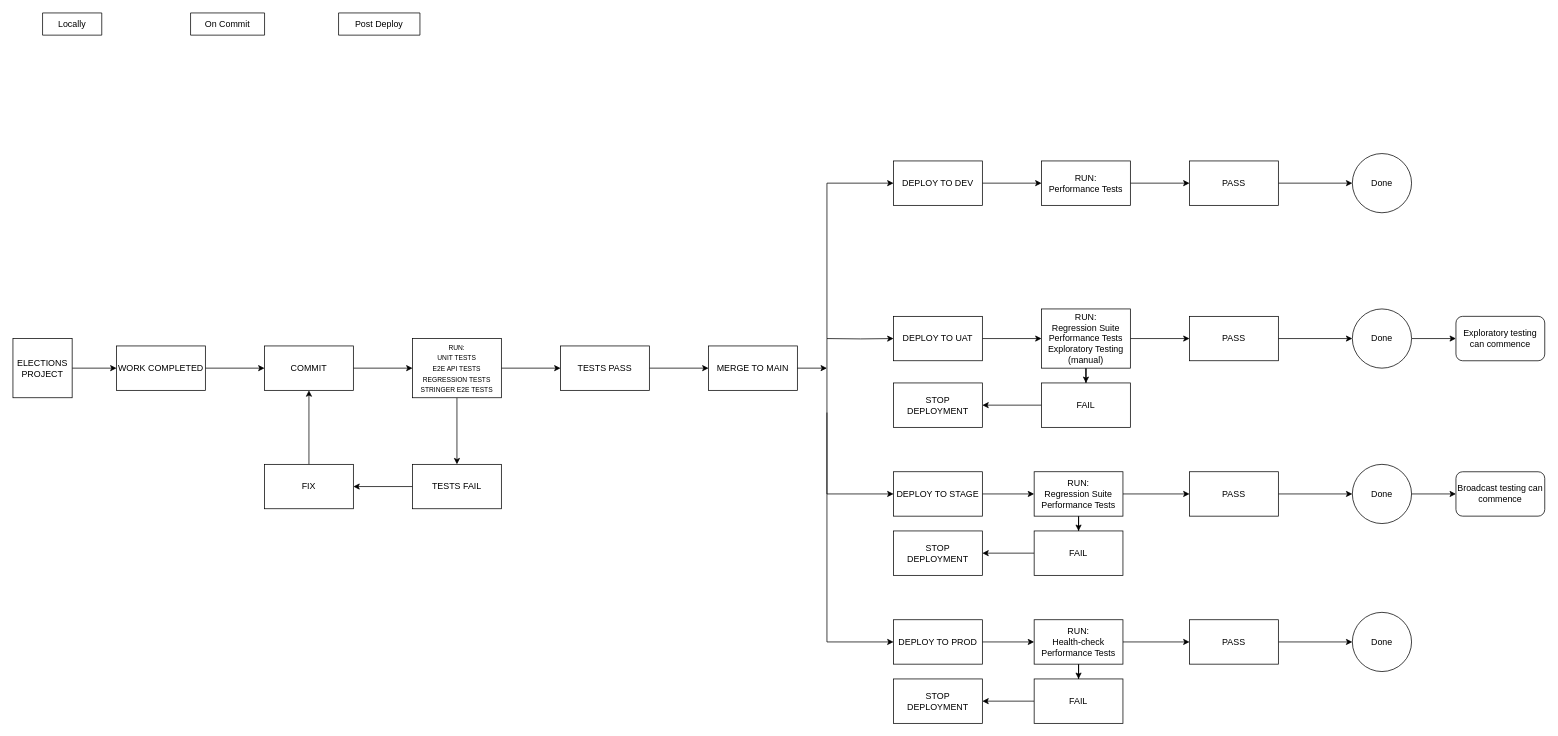
EmmaHawkins/test_flows keeps this draw.io diagram as When do the tests run.drawio. Above is the earlier version. Source tidied: cells renumbered, new cells numbered last; positions are measured from the earlier drawing's top-left corner, leaving out a move shared by most shapes. Both pictures are drawn from the tidied source at 74%, with x=0, y=0 at pixel (13, 13).
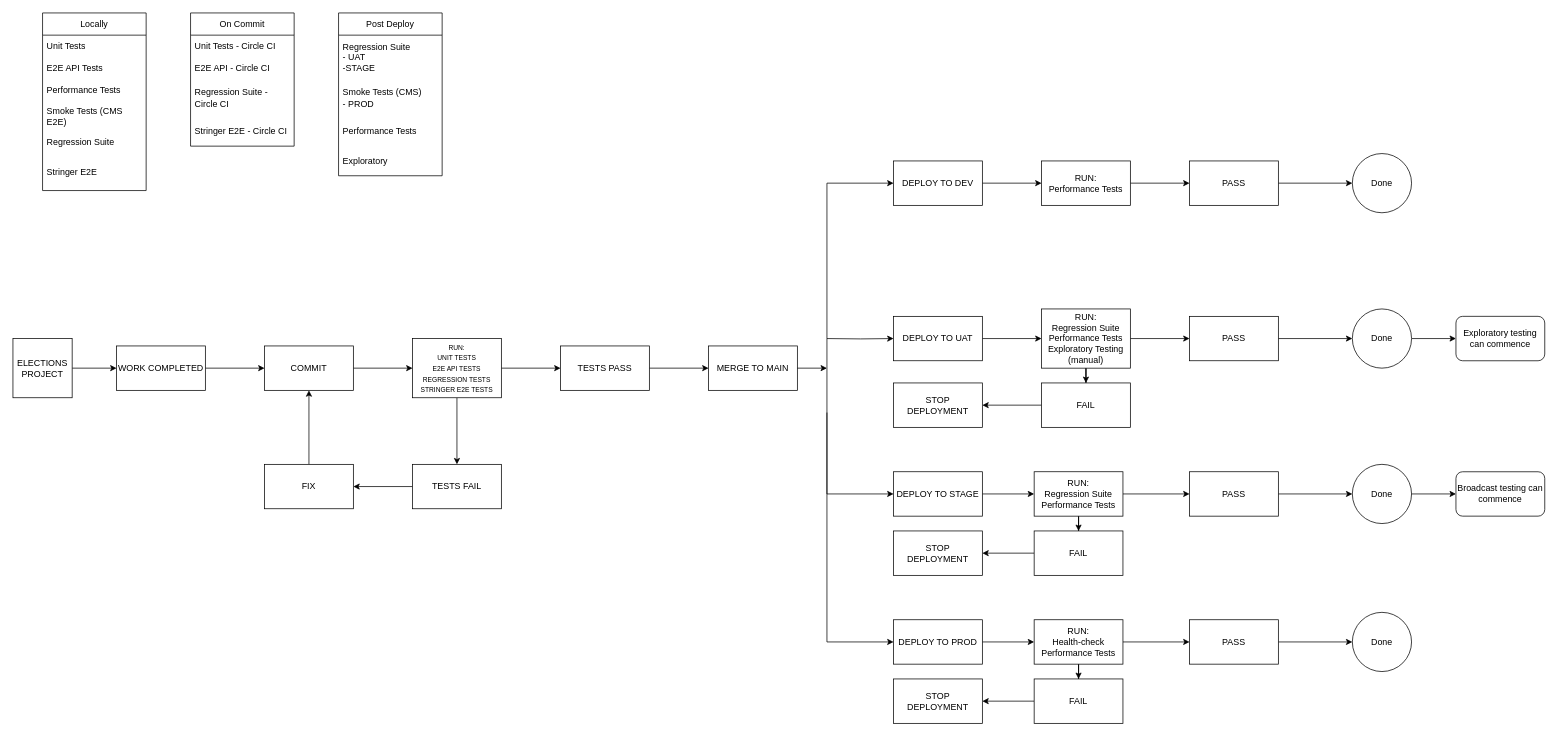
The same diagram, later.

Change to the diagram source:
```diff
@@
-    <mxCell id="2" value="Locally" style="swimlane;fontStyle=0;horizontal=1;startSize=30;whiteSpace=wrap;html=1;" parent="1" vertex="1" collapsed="1">
-      <mxGeometry x="40" width="80" height="30" as="geometry" />
+    <mxCell id="2" value="Locally" style="swimlane;fontStyle=0;horizontal=1;startSize=30;whiteSpace=wrap;html=1;" parent="1" vertex="1">
+      <mxGeometry x="40" width="140" height="240" as="geometry" />
     </mxCell>
+    <mxCell id="70" value="Unit Tests" style="text;strokeColor=none;fillColor=none;align=left;verticalAlign=middle;spacingLeft=4;spacingRight=4;overflow=hidden;whiteSpace=wrap;html=1;" parent="2" vertex="1">
+      <mxGeometry y="30" width="140" height="30" as="geometry" />
+    </mxCell>
+    <mxCell id="71" value="E2E API Tests" style="text;strokeColor=none;fillColor=none;align=left;verticalAlign=middle;spacingLeft=4;spacingRight=4;overflow=hidden;whiteSpace=wrap;html=1;" parent="2" vertex="1">
+      <mxGeometry y="60" width="140" height="30" as="geometry" />
+    </mxCell>
+    <mxCell id="72" value="Performance Tests" style="text;strokeColor=none;fillColor=none;align=left;verticalAlign=middle;spacingLeft=4;spacingRight=4;overflow=hidden;whiteSpace=wrap;html=1;" parent="2" vertex="1">
+      <mxGeometry y="90" width="140" height="30" as="geometry" />
+    </mxCell>
+    <mxCell id="73" value="Smoke Tests (CMS E2E)" style="text;strokeColor=none;fillColor=none;align=left;verticalAlign=middle;spacingLeft=4;spacingRight=4;overflow=hidden;whiteSpace=wrap;html=1;" parent="2" vertex="1">
+      <mxGeometry y="120" width="140" height="40" as="geometry" />
+    </mxCell>
+    <mxCell id="74" value="Regression Suite" style="text;strokeColor=none;fillColor=none;align=left;verticalAlign=middle;spacingLeft=4;spacingRight=4;overflow=hidden;whiteSpace=wrap;html=1;" parent="2" vertex="1">
+      <mxGeometry y="160" width="140" height="30" as="geometry" />
+    </mxCell>
+    <mxCell id="75" value="Stringer E2E" style="text;strokeColor=none;fillColor=none;align=left;verticalAlign=middle;spacingLeft=4;spacingRight=4;overflow=hidden;whiteSpace=wrap;html=1;" parent="2" vertex="1">
+      <mxGeometry y="190" width="140" height="50" as="geometry" />
+    </mxCell>
-    <mxCell id="3" value="On Commit" style="swimlane;fontStyle=0;horizontal=1;startSize=30;whiteSpace=wrap;html=1;" parent="1" vertex="1" collapsed="1">
-      <mxGeometry x="240" width="100" height="30" as="geometry" />
+    <mxCell id="3" value="On Commit" style="swimlane;fontStyle=0;horizontal=1;startSize=30;whiteSpace=wrap;html=1;" parent="1" vertex="1">
+      <mxGeometry x="240" width="140" height="180" as="geometry" />
     </mxCell>
+    <mxCell id="76" value="Unit Tests - Circle CI" style="text;strokeColor=none;fillColor=none;align=left;verticalAlign=middle;spacingLeft=4;spacingRight=4;overflow=hidden;whiteSpace=wrap;html=1;" parent="3" vertex="1">
+      <mxGeometry y="30" width="140" height="30" as="geometry" />
+    </mxCell>
+    <mxCell id="77" value="E2E API - Circle CI" style="text;strokeColor=none;fillColor=none;align=left;verticalAlign=middle;spacingLeft=4;spacingRight=4;overflow=hidden;whiteSpace=wrap;html=1;" parent="3" vertex="1">
+      <mxGeometry y="60" width="140" height="30" as="geometry" />
+    </mxCell>
+    <mxCell id="78" value="Regression Suite - Circle CI" style="text;strokeColor=none;fillColor=none;align=left;verticalAlign=middle;spacingLeft=4;spacingRight=4;overflow=hidden;whiteSpace=wrap;html=1;" parent="3" vertex="1">
+      <mxGeometry y="90" width="140" height="50" as="geometry" />
+    </mxCell>
+    <mxCell id="79" value="Stringer E2E - Circle CI" style="text;strokeColor=none;fillColor=none;align=left;verticalAlign=middle;spacingLeft=4;spacingRight=4;overflow=hidden;whiteSpace=wrap;html=1;" parent="3" vertex="1">
+      <mxGeometry y="140" width="140" height="40" as="geometry" />
+    </mxCell>
-    <mxCell id="4" value="Post Deploy" style="swimlane;fontStyle=0;horizontal=1;startSize=30;whiteSpace=wrap;html=1;" parent="1" vertex="1" collapsed="1">
-      <mxGeometry x="440" width="110" height="30" as="geometry" />
+    <mxCell id="4" value="Post Deploy" style="swimlane;fontStyle=0;horizontal=1;startSize=30;whiteSpace=wrap;html=1;" parent="1" vertex="1">
+      <mxGeometry x="440" width="140" height="220" as="geometry" />
     </mxCell>
+    <mxCell id="80" value="Regression Suite&lt;br&gt;- UAT&lt;br&gt;-STAGE" style="text;strokeColor=none;fillColor=none;align=left;verticalAlign=middle;spacingLeft=4;spacingRight=4;overflow=hidden;whiteSpace=wrap;html=1;" parent="4" vertex="1">
+      <mxGeometry y="30" width="140" height="60" as="geometry" />
+    </mxCell>
+    <mxCell id="81" value="Smoke Tests (CMS)&lt;br&gt;- PROD" style="text;strokeColor=none;fillColor=none;align=left;verticalAlign=middle;spacingLeft=4;spacingRight=4;overflow=hidden;whiteSpace=wrap;html=1;" parent="4" vertex="1">
+      <mxGeometry y="90" width="140" height="50" as="geometry" />
+    </mxCell>
+    <mxCell id="82" value="Performance Tests" style="text;strokeColor=none;fillColor=none;align=left;verticalAlign=middle;spacingLeft=4;spacingRight=4;overflow=hidden;whiteSpace=wrap;html=1;" parent="4" vertex="1">
+      <mxGeometry y="140" width="140" height="40" as="geometry" />
+    </mxCell>
+    <mxCell id="83" value="Exploratory" style="text;strokeColor=none;fillColor=none;align=left;verticalAlign=middle;spacingLeft=4;spacingRight=4;overflow=hidden;whiteSpace=wrap;html=1;" parent="4" vertex="1">
+      <mxGeometry y="180" width="140" height="40" as="geometry" />
+    </mxCell>
```
